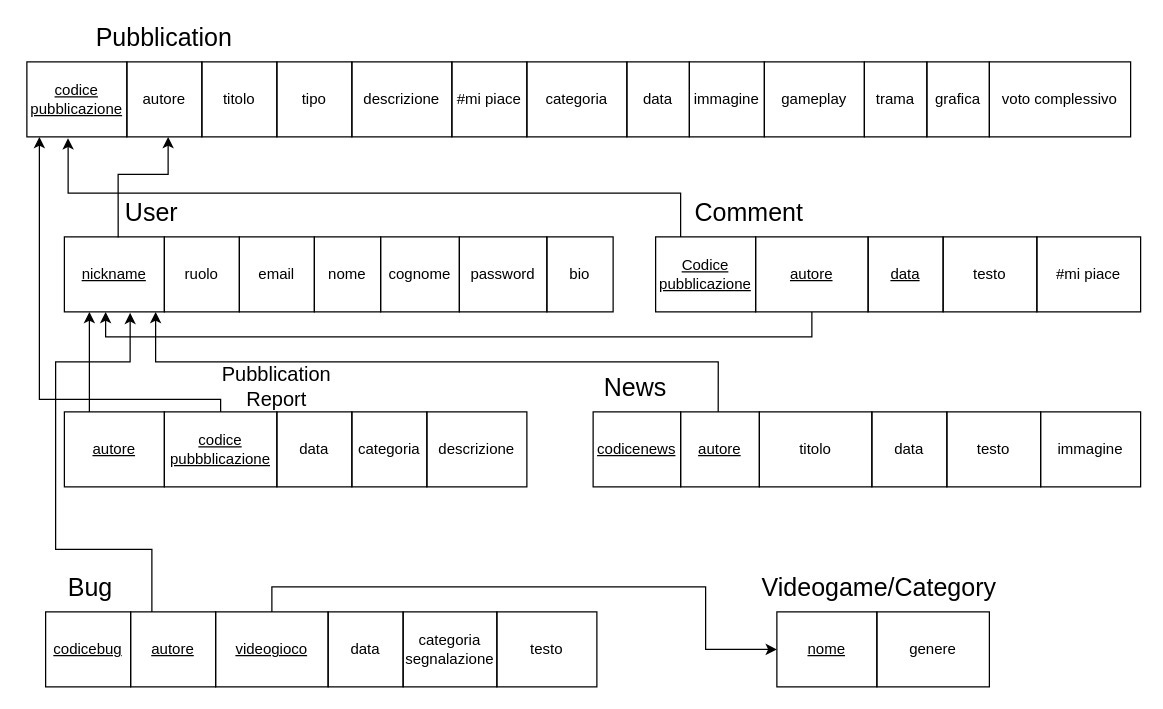
Earlier version of the draw.io diagram SDD/Schema E-R/ModelloRelazionale.drawio (StraGame/StraGame). Source tidied: cells renumbered, new cells numbered last; positions are measured from the earlier drawing's top-left corner, leaving out a move shared by most shapes. Both pictures are drawn from the tidied source at 125%, with x=0, y=0 at pixel (26, 24).
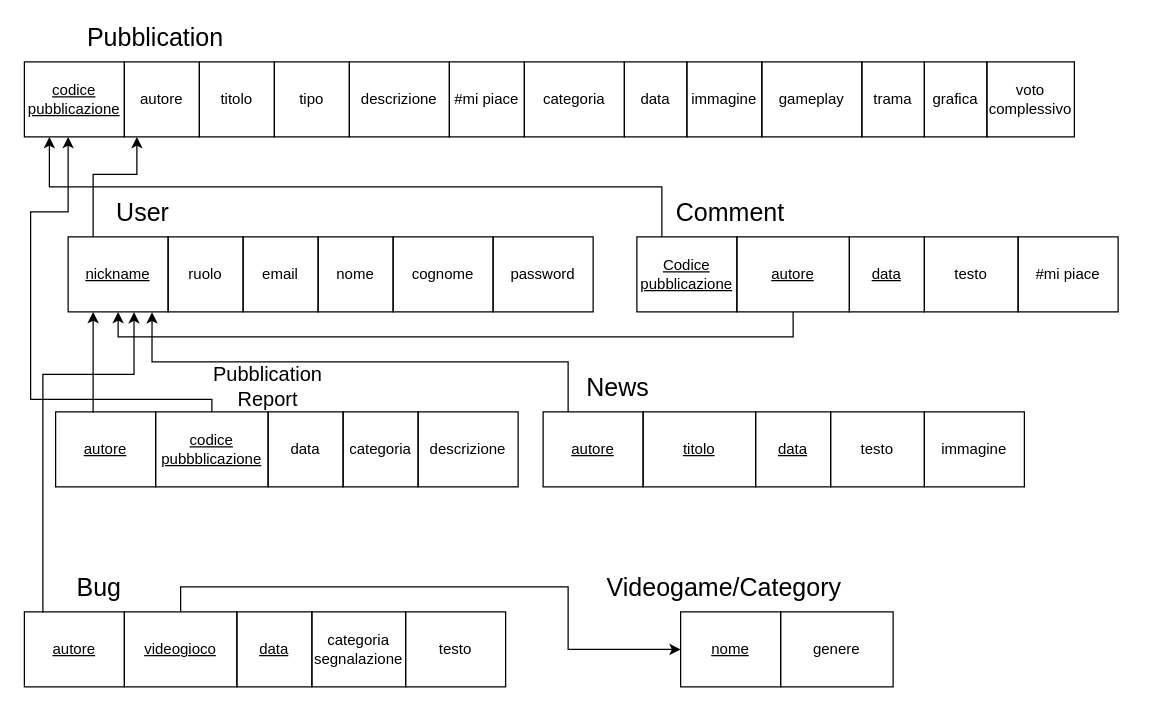
After the change.

Change to the diagram source:
```diff
@@
     <mxCell id="2" value="codice pubblicazione" style="rounded=0;whiteSpace=wrap;html=1;fillColor=none;fontStyle=4;" parent="1" vertex="1">
-      <mxGeometry y="30" width="80" height="60" as="geometry" />
+      <mxGeometry x="-2" y="30" width="80" height="60" as="geometry" />
     </mxCell>
     <mxCell id="3" value="autore" style="rounded=0;whiteSpace=wrap;html=1;fillColor=none;" parent="1" vertex="1">
-      <mxGeometry x="80" y="30" width="60" height="60" as="geometry" />
+      <mxGeometry x="78" y="30" width="60" height="60" as="geometry" />
     </mxCell>
     <mxCell id="4" value="titolo" style="rounded=0;whiteSpace=wrap;html=1;fillColor=none;" parent="1" vertex="1">
-      <mxGeometry x="140" y="30" width="60" height="60" as="geometry" />
+      <mxGeometry x="138" y="30" width="60" height="60" as="geometry" />
     </mxCell>
     <mxCell id="5" value="tipo" style="rounded=0;whiteSpace=wrap;html=1;fillColor=none;" parent="1" vertex="1">
-      <mxGeometry x="200" y="30" width="60" height="60" as="geometry" />
+      <mxGeometry x="198" y="30" width="60" height="60" as="geometry" />
     </mxCell>
     <mxCell id="6" value="descrizione" style="rounded=0;whiteSpace=wrap;html=1;fillColor=none;" parent="1" vertex="1">
-      <mxGeometry x="260" y="30" width="80" height="60" as="geometry" />
+      <mxGeometry x="258" y="30" width="80" height="60" as="geometry" />
     </mxCell>
     <mxCell id="7" value="#mi piace" style="rounded=0;whiteSpace=wrap;html=1;fillColor=none;" parent="1" vertex="1">
-      <mxGeometry x="340" y="30" width="60" height="60" as="geometry" />
+      <mxGeometry x="338" y="30" width="60" height="60" as="geometry" />
     </mxCell>
     <mxCell id="8" value="categoria" style="rounded=0;whiteSpace=wrap;html=1;fillColor=none;" parent="1" vertex="1">
-      <mxGeometry x="400" y="30" width="80" height="60" as="geometry" />
+      <mxGeometry x="398" y="30" width="80" height="60" as="geometry" />
     </mxCell>
     <mxCell id="9" value="data" style="rounded=0;whiteSpace=wrap;html=1;fillColor=none;" parent="1" vertex="1">
-      <mxGeometry x="480" y="30" width="50" height="60" as="geometry" />
+      <mxGeometry x="478" y="30" width="50" height="60" as="geometry" />
     </mxCell>
     <mxCell id="10" value="immagine" style="rounded=0;whiteSpace=wrap;html=1;fillColor=none;" parent="1" vertex="1">
-      <mxGeometry x="530" y="30" width="60" height="60" as="geometry" />
+      <mxGeometry x="528" y="30" width="60" height="60" as="geometry" />
     </mxCell>
     <mxCell id="11" value="gameplay" style="rounded=0;whiteSpace=wrap;html=1;fillColor=none;" parent="1" vertex="1">
-      <mxGeometry x="590" y="30" width="80" height="60" as="geometry" />
+      <mxGeometry x="588" y="30" width="80" height="60" as="geometry" />
     </mxCell>
     <mxCell id="12" value="trama" style="rounded=0;whiteSpace=wrap;html=1;fillColor=none;" parent="1" vertex="1">
-      <mxGeometry x="670" y="30" width="50" height="60" as="geometry" />
+      <mxGeometry x="668" y="30" width="50" height="60" as="geometry" />
     </mxCell>
     <mxCell id="13" value="grafica" style="rounded=0;whiteSpace=wrap;html=1;fillColor=none;" parent="1" vertex="1">
-      <mxGeometry x="720" y="30" width="50" height="60" as="geometry" />
+      <mxGeometry x="718" y="30" width="50" height="60" as="geometry" />
     </mxCell>
     <mxCell id="14" value="voto complessivo" style="rounded=0;whiteSpace=wrap;html=1;fillColor=none;" parent="1" vertex="1">
-      <mxGeometry x="770" y="30" width="113" height="60" as="geometry" />
+      <mxGeometry x="768" y="30" width="70" height="60" as="geometry" />
     </mxCell>
-    <mxCell id="15" style="edgeStyle=orthogonalEdgeStyle;rounded=0;jettySize=auto;html=1;exitX=0.538;exitY=0.007;exitDx=0;exitDy=0;fontSize=20;exitPerimeter=0;" parent="1" edge="1" source="16">
+    <mxCell id="15" style="edgeStyle=orthogonalEdgeStyle;rounded=0;jettySize=auto;html=1;exitX=0.25;exitY=0;exitDx=0;exitDy=0;fontSize=20;" parent="1" edge="1" source="16">
       <mxGeometry relative="1" as="geometry">
-        <mxPoint x="113" y="90" as="targetPoint" />
+        <mxPoint x="88" y="90" as="targetPoint" />
         <Array as="points">
-          <mxPoint x="73" y="120" />
-          <mxPoint x="113" y="120" />
+          <mxPoint x="53" y="120" />
+          <mxPoint x="88" y="120" />
         </Array>
       </mxGeometry>
     </mxCell>
     <mxCell id="16" value="nickname" style="rounded=0;whiteSpace=wrap;html=1;fillColor=none;fontStyle=4;" parent="1" vertex="1">
-      <mxGeometry x="30" y="170" width="80" height="60" as="geometry" />
+      <mxGeometry x="33" y="170" width="80" height="60" as="geometry" />
     </mxCell>
     <mxCell id="17" value="ruolo" style="rounded=0;whiteSpace=wrap;html=1;fillColor=none;" parent="1" vertex="1">
-      <mxGeometry x="110" y="170" width="60" height="60" as="geometry" />
+      <mxGeometry x="113" y="170" width="60" height="60" as="geometry" />
     </mxCell>
     <mxCell id="18" value="email" style="rounded=0;whiteSpace=wrap;html=1;fillColor=none;" parent="1" vertex="1">
-      <mxGeometry x="170" y="170" width="60" height="60" as="geometry" />
+      <mxGeometry x="173" y="170" width="60" height="60" as="geometry" />
     </mxCell>
     <mxCell id="19" value="nome" style="rounded=0;whiteSpace=wrap;html=1;fillColor=none;" parent="1" vertex="1">
-      <mxGeometry x="230" y="170" width="53" height="60" as="geometry" />
+      <mxGeometry x="233" y="170" width="60" height="60" as="geometry" />
     </mxCell>
     <mxCell id="20" value="cognome" style="rounded=0;whiteSpace=wrap;html=1;fillColor=none;" parent="1" vertex="1">
-      <mxGeometry x="283" y="170" width="63" height="60" as="geometry" />
+      <mxGeometry x="293" y="170" width="80" height="60" as="geometry" />
     </mxCell>
     <mxCell id="21" value="password" style="rounded=0;whiteSpace=wrap;html=1;fillColor=none;" parent="1" vertex="1">
-      <mxGeometry x="346" y="170" width="70" height="60" as="geometry" />
+      <mxGeometry x="373" y="170" width="80" height="60" as="geometry" />
     </mxCell>
     <mxCell id="22" value="Pubblication" style="text;html=1;strokeColor=none;fillColor=none;align=center;verticalAlign=middle;whiteSpace=wrap;rounded=0;fontSize=20;" parent="1" vertex="1">
-      <mxGeometry x="90" width="40" height="20" as="geometry" />
+      <mxGeometry x="83" width="40" height="20" as="geometry" />
     </mxCell>
     <mxCell id="23" value="User" style="text;html=1;strokeColor=none;fillColor=none;align=center;verticalAlign=middle;whiteSpace=wrap;rounded=0;fontSize=20;" parent="1" vertex="1">
-      <mxGeometry x="80" y="140" width="40" height="20" as="geometry" />
+      <mxGeometry x="73" y="140" width="40" height="20" as="geometry" />
     </mxCell>
-    <mxCell id="24" style="edgeStyle=orthogonalEdgeStyle;rounded=0;jettySize=auto;html=1;exitX=0.25;exitY=0;exitDx=0;exitDy=0;entryX=0.25;entryY=1;entryDx=0;entryDy=0;fontSize=20;" parent="1" edge="1" source="25" target="16">
+    <mxCell id="24" style="edgeStyle=orthogonalEdgeStyle;rounded=0;jettySize=auto;html=1;exitX=0.375;exitY=0.013;exitDx=0;exitDy=0;entryX=0.25;entryY=1;entryDx=0;entryDy=0;fontSize=20;exitPerimeter=0;" parent="1" edge="1" source="25" target="16">
       <mxGeometry relative="1" as="geometry" />
     </mxCell>
     <mxCell id="25" value="autore" style="rounded=0;whiteSpace=wrap;html=1;fillColor=none;fontStyle=4;" parent="1" vertex="1">
-      <mxGeometry x="30" y="310" width="80" height="60" as="geometry" />
+      <mxGeometry x="23" y="310" width="80" height="60" as="geometry" />
     </mxCell>
     <mxCell id="26" style="edgeStyle=orthogonalEdgeStyle;rounded=0;jettySize=auto;html=1;exitX=0.5;exitY=0;exitDx=0;exitDy=0;fontSize=20;" parent="1" edge="1" source="27">
       <mxGeometry relative="1" as="geometry">
-        <mxPoint x="10" y="90" as="targetPoint" />
+        <mxPoint x="33" y="90" as="targetPoint" />
         <Array as="points">
-          <mxPoint x="155" y="300" />
-          <mxPoint x="10" y="300" />
-          <mxPoint x="10" y="90" />
+          <mxPoint x="148" y="300" />
+          <mxPoint x="3" y="300" />
+          <mxPoint x="3" y="150" />
+          <mxPoint x="33" y="150" />
         </Array>
       </mxGeometry>
     </mxCell>
     <mxCell id="27" value="codice pubbblicazione" style="rounded=0;whiteSpace=wrap;html=1;fillColor=none;fontStyle=4;" parent="1" vertex="1">
-      <mxGeometry x="110" y="310" width="90" height="60" as="geometry" />
+      <mxGeometry x="103" y="310" width="90" height="60" as="geometry" />
     </mxCell>
     <mxCell id="28" value="data" style="rounded=0;whiteSpace=wrap;html=1;fillColor=none;" parent="1" vertex="1">
-      <mxGeometry x="200" y="310" width="60" height="60" as="geometry" />
+      <mxGeometry x="193" y="310" width="60" height="60" as="geometry" />
     </mxCell>
     <mxCell id="29" value="categoria" style="rounded=0;whiteSpace=wrap;html=1;fillColor=none;" parent="1" vertex="1">
-      <mxGeometry x="260" y="310" width="60" height="60" as="geometry" />
+      <mxGeometry x="253" y="310" width="60" height="60" as="geometry" />
     </mxCell>
     <mxCell id="30" value="descrizione" style="rounded=0;whiteSpace=wrap;html=1;fillColor=none;" parent="1" vertex="1">
-      <mxGeometry x="320" y="310" width="80" height="60" as="geometry" />
+      <mxGeometry x="313" y="310" width="80" height="60" as="geometry" />
     </mxCell>
     <mxCell id="31" value="Pubblication Report" style="text;html=1;strokeColor=none;fillColor=none;align=center;verticalAlign=middle;whiteSpace=wrap;rounded=0;fontSize=16;" parent="1" vertex="1">
-      <mxGeometry x="180" y="280" width="40" height="20" as="geometry" />
+      <mxGeometry x="173" y="280" width="40" height="20" as="geometry" />
     </mxCell>
-    <mxCell id="32" style="edgeStyle=orthogonalEdgeStyle;rounded=0;jettySize=auto;html=1;exitX=0.25;exitY=0;exitDx=0;exitDy=0;entryX=0.658;entryY=1.013;entryDx=0;entryDy=0;entryPerimeter=0;fontSize=20;" parent="1" edge="1" source="33" target="16">
+    <mxCell id="32" style="edgeStyle=orthogonalEdgeStyle;rounded=0;jettySize=auto;html=1;exitX=0.185;exitY=0.011;exitDx=0;exitDy=0;entryX=0.659;entryY=1.003;entryDx=0;entryDy=0;entryPerimeter=0;fontSize=20;exitPerimeter=0;" parent="1" edge="1" source="33" target="16">
       <mxGeometry relative="1" as="geometry">
         <Array as="points">
-          <mxPoint x="100" y="420" />
-          <mxPoint x="23" y="420" />
-          <mxPoint x="23" y="270" />
-          <mxPoint x="83" y="270" />
+          <mxPoint x="13" y="280" />
+          <mxPoint x="86" y="280" />
         </Array>
       </mxGeometry>
     </mxCell>
     <mxCell id="33" value="autore" style="rounded=0;whiteSpace=wrap;html=1;fillColor=none;fontStyle=4;" parent="1" vertex="1">
-      <mxGeometry x="83" y="470" width="68" height="60" as="geometry" />
+      <mxGeometry x="-2" y="470" width="80" height="60" as="geometry" />
     </mxCell>
     <mxCell id="34" style="edgeStyle=orthogonalEdgeStyle;rounded=0;jettySize=auto;html=1;exitX=0.5;exitY=0;exitDx=0;exitDy=0;entryX=0;entryY=0.5;entryDx=0;entryDy=0;fontSize=20;" parent="1" edge="1" source="35" target="55">
       <mxGeometry relative="1" as="geometry">
         <Array as="points">
-          <mxPoint x="196" y="450" />
-          <mxPoint x="543" y="450" />
-          <mxPoint x="543" y="500" />
+          <mxPoint x="123" y="450" />
+          <mxPoint x="433" y="450" />
+          <mxPoint x="433" y="500" />
         </Array>
       </mxGeometry>
     </mxCell>
     <mxCell id="35" value="videogioco" style="rounded=0;whiteSpace=wrap;html=1;fillColor=none;fontStyle=4;" parent="1" vertex="1">
-      <mxGeometry x="151" y="470" width="90" height="60" as="geometry" />
+      <mxGeometry x="78" y="470" width="90" height="60" as="geometry" />
     </mxCell>
-    <mxCell id="36" value="data" style="rounded=0;whiteSpace=wrap;html=1;fillColor=none;fontStyle=0;" parent="1" vertex="1">
-      <mxGeometry x="241" y="470" width="60" height="60" as="geometry" />
+    <mxCell id="36" value="data" style="rounded=0;whiteSpace=wrap;html=1;fillColor=none;fontStyle=4;" parent="1" vertex="1">
+      <mxGeometry x="168" y="470" width="60" height="60" as="geometry" />
     </mxCell>
     <mxCell id="37" value="categoria segnalazione" style="rounded=0;whiteSpace=wrap;html=1;fillColor=none;" parent="1" vertex="1">
-      <mxGeometry x="301" y="470" width="75" height="60" as="geometry" />
+      <mxGeometry x="228" y="470" width="75" height="60" as="geometry" />
     </mxCell>
     <mxCell id="38" value="testo" style="rounded=0;whiteSpace=wrap;html=1;fillColor=none;" parent="1" vertex="1">
-      <mxGeometry x="376" y="470" width="80" height="60" as="geometry" />
+      <mxGeometry x="303" y="470" width="80" height="60" as="geometry" />
     </mxCell>
     <mxCell id="39" value="Bug" style="text;html=1;strokeColor=none;fillColor=none;align=center;verticalAlign=middle;whiteSpace=wrap;rounded=0;fontSize=20;" parent="1" vertex="1">
-      <mxGeometry x="31" y="440" width="40" height="20" as="geometry" />
+      <mxGeometry x="38" y="440" width="40" height="20" as="geometry" />
     </mxCell>
-    <mxCell id="40" style="edgeStyle=orthogonalEdgeStyle;rounded=0;jettySize=auto;html=1;exitX=0.25;exitY=0;exitDx=0;exitDy=0;fontSize=20;entryX=0.411;entryY=1.018;entryDx=0;entryDy=0;entryPerimeter=0;" parent="1" edge="1" source="41" target="2">
-      <mxGeometry relative="1" as="geometry">
-        <Array as="points">
-          <mxPoint x="523" y="135" />
-          <mxPoint x="33" y="135" />
-          <mxPoint x="33" y="100" />
-        </Array>
-      </mxGeometry>
+    <mxCell id="40" style="edgeStyle=orthogonalEdgeStyle;rounded=0;jettySize=auto;html=1;exitX=0.25;exitY=0;exitDx=0;exitDy=0;fontSize=20;entryX=0.25;entryY=1;entryDx=0;entryDy=0;" parent="1" edge="1" source="41" target="2">
+      <mxGeometry relative="1" as="geometry" />
     </mxCell>
     <mxCell id="41" value="Codice pubblicazione" style="rounded=0;whiteSpace=wrap;html=1;fillColor=none;fontStyle=4;" parent="1" vertex="1">
-      <mxGeometry x="503" y="170" width="80" height="60" as="geometry" />
+      <mxGeometry x="488" y="170" width="80" height="60" as="geometry" />
     </mxCell>
-    <mxCell id="42" style="edgeStyle=orthogonalEdgeStyle;rounded=0;jettySize=auto;html=1;exitX=0.5;exitY=1;exitDx=0;exitDy=0;fontSize=20;" parent="1" edge="1" source="43">
-      <mxGeometry relative="1" as="geometry">
-        <mxPoint x="63" y="230" as="targetPoint" />
-        <Array as="points">
-          <mxPoint x="628" y="250" />
-          <mxPoint x="63" y="250" />
-          <mxPoint x="63" y="230" />
-        </Array>
-      </mxGeometry>
+    <mxCell id="42" style="edgeStyle=orthogonalEdgeStyle;rounded=0;jettySize=auto;html=1;exitX=0.5;exitY=1;exitDx=0;exitDy=0;entryX=0.5;entryY=1;entryDx=0;entryDy=0;fontSize=20;" parent="1" edge="1" source="43" target="16">
+      <mxGeometry relative="1" as="geometry" />
     </mxCell>
     <mxCell id="43" value="autore" style="rounded=0;whiteSpace=wrap;html=1;fillColor=none;fontStyle=4;" parent="1" vertex="1">
-      <mxGeometry x="583" y="170" width="90" height="60" as="geometry" />
+      <mxGeometry x="568" y="170" width="90" height="60" as="geometry" />
     </mxCell>
     <mxCell id="44" value="data" style="rounded=0;whiteSpace=wrap;html=1;fillColor=none;fontStyle=4;" parent="1" vertex="1">
-      <mxGeometry x="673" y="170" width="60" height="60" as="geometry" />
+      <mxGeometry x="658" y="170" width="60" height="60" as="geometry" />
     </mxCell>
     <mxCell id="45" value="testo" style="rounded=0;whiteSpace=wrap;html=1;fillColor=none;" parent="1" vertex="1">
-      <mxGeometry x="733" y="170" width="75" height="60" as="geometry" />
+      <mxGeometry x="718" y="170" width="75" height="60" as="geometry" />
     </mxCell>
     <mxCell id="46" value="#mi piace" style="rounded=0;whiteSpace=wrap;html=1;fillColor=none;" parent="1" vertex="1">
-      <mxGeometry x="808" y="170" width="83" height="60" as="geometry" />
+      <mxGeometry x="793" y="170" width="80" height="60" as="geometry" />
     </mxCell>
     <mxCell id="47" value="Comment" style="text;html=1;strokeColor=none;fillColor=none;align=center;verticalAlign=middle;whiteSpace=wrap;rounded=0;fontSize=20;" parent="1" vertex="1">
-      <mxGeometry x="558" y="140" width="40" height="20" as="geometry" />
+      <mxGeometry x="543" y="140" width="40" height="20" as="geometry" />
     </mxCell>
-    <mxCell id="48" style="edgeStyle=orthogonalEdgeStyle;rounded=0;jettySize=auto;html=1;exitX=0.477;exitY=0;exitDx=0;exitDy=0;fontSize=20;exitPerimeter=0;" parent="1" edge="1" source="49" target="16">
-      <mxGeometry relative="1" as="geometry">
-        <Array as="points">
-          <mxPoint x="553" y="270" />
-          <mxPoint x="103" y="270" />
-        </Array>
-      </mxGeometry>
+    <mxCell id="48" style="edgeStyle=orthogonalEdgeStyle;rounded=0;jettySize=auto;html=1;exitX=0.25;exitY=0;exitDx=0;exitDy=0;entryX=0.839;entryY=1.005;entryDx=0;entryDy=0;entryPerimeter=0;fontSize=20;" parent="1" edge="1" source="49" target="16">
+      <mxGeometry relative="1" as="geometry" />
     </mxCell>
     <mxCell id="49" value="autore" style="rounded=0;whiteSpace=wrap;html=1;fillColor=none;fontStyle=4;" parent="1" vertex="1">
-      <mxGeometry x="523" y="310" width="63" height="60" as="geometry" />
+      <mxGeometry x="413" y="310" width="80" height="60" as="geometry" />
     </mxCell>
-    <mxCell id="50" value="titolo" style="rounded=0;whiteSpace=wrap;html=1;fillColor=none;fontStyle=0;" parent="1" vertex="1">
-      <mxGeometry x="586" y="310" width="90" height="60" as="geometry" />
+    <mxCell id="50" value="titolo" style="rounded=0;whiteSpace=wrap;html=1;fillColor=none;fontStyle=4;" parent="1" vertex="1">
+      <mxGeometry x="493" y="310" width="90" height="60" as="geometry" />
     </mxCell>
-    <mxCell id="51" value="data" style="rounded=0;whiteSpace=wrap;html=1;fillColor=none;fontStyle=0;" parent="1" vertex="1">
-      <mxGeometry x="676" y="310" width="60" height="60" as="geometry" />
+    <mxCell id="51" value="data" style="rounded=0;whiteSpace=wrap;html=1;fillColor=none;fontStyle=4;" parent="1" vertex="1">
+      <mxGeometry x="583" y="310" width="60" height="60" as="geometry" />
     </mxCell>
     <mxCell id="52" value="testo" style="rounded=0;whiteSpace=wrap;html=1;fillColor=none;" parent="1" vertex="1">
-      <mxGeometry x="736" y="310" width="75" height="60" as="geometry" />
+      <mxGeometry x="643" y="310" width="75" height="60" as="geometry" />
     </mxCell>
     <mxCell id="53" value="immagine" style="rounded=0;whiteSpace=wrap;html=1;fillColor=none;" parent="1" vertex="1">
-      <mxGeometry x="811" y="310" width="80" height="60" as="geometry" />
+      <mxGeometry x="718" y="310" width="80" height="60" as="geometry" />
     </mxCell>
     <mxCell id="54" value="News" style="text;html=1;strokeColor=none;fillColor=none;align=center;verticalAlign=middle;whiteSpace=wrap;rounded=0;fontSize=20;" parent="1" vertex="1">
-      <mxGeometry x="467" y="280" width="40" height="20" as="geometry" />
+      <mxGeometry x="453" y="280" width="40" height="20" as="geometry" />
     </mxCell>
     <mxCell id="55" value="nome" style="rounded=0;whiteSpace=wrap;html=1;fillColor=none;fontStyle=4;" parent="1" vertex="1">
-      <mxGeometry x="600" y="470" width="80" height="60" as="geometry" />
+      <mxGeometry x="523" y="470" width="80" height="60" as="geometry" />
     </mxCell>
     <mxCell id="56" value="genere" style="rounded=0;whiteSpace=wrap;html=1;fillColor=none;" parent="1" vertex="1">
-      <mxGeometry x="680" y="470" width="90" height="60" as="geometry" />
+      <mxGeometry x="603" y="470" width="90" height="60" as="geometry" />
     </mxCell>
     <mxCell id="57" value="Videogame/Category" style="text;html=1;strokeColor=none;fillColor=none;align=center;verticalAlign=middle;whiteSpace=wrap;rounded=0;fontSize=20;" parent="1" vertex="1">
-      <mxGeometry x="662" y="440" width="40" height="20" as="geometry" />
+      <mxGeometry x="538" y="440" width="40" height="20" as="geometry" />
     </mxCell>
-    <mxCell id="58" value="bio" style="rounded=0;whiteSpace=wrap;html=1;fillColor=none;" parent="1" vertex="1">
-      <mxGeometry x="416" y="170" width="53" height="60" as="geometry" />
-    </mxCell>
-    <mxCell id="59" value="codicebug" style="rounded=0;whiteSpace=wrap;html=1;fillColor=none;fontStyle=4;" parent="1" vertex="1">
-      <mxGeometry x="15" y="470" width="68" height="60" as="geometry" />
-    </mxCell>
-    <mxCell id="60" value="codicenews" style="rounded=0;whiteSpace=wrap;html=1;fillColor=none;fontStyle=4;" parent="1" vertex="1">
-      <mxGeometry x="453" y="310" width="70" height="60" as="geometry" />
-    </mxCell>
```
